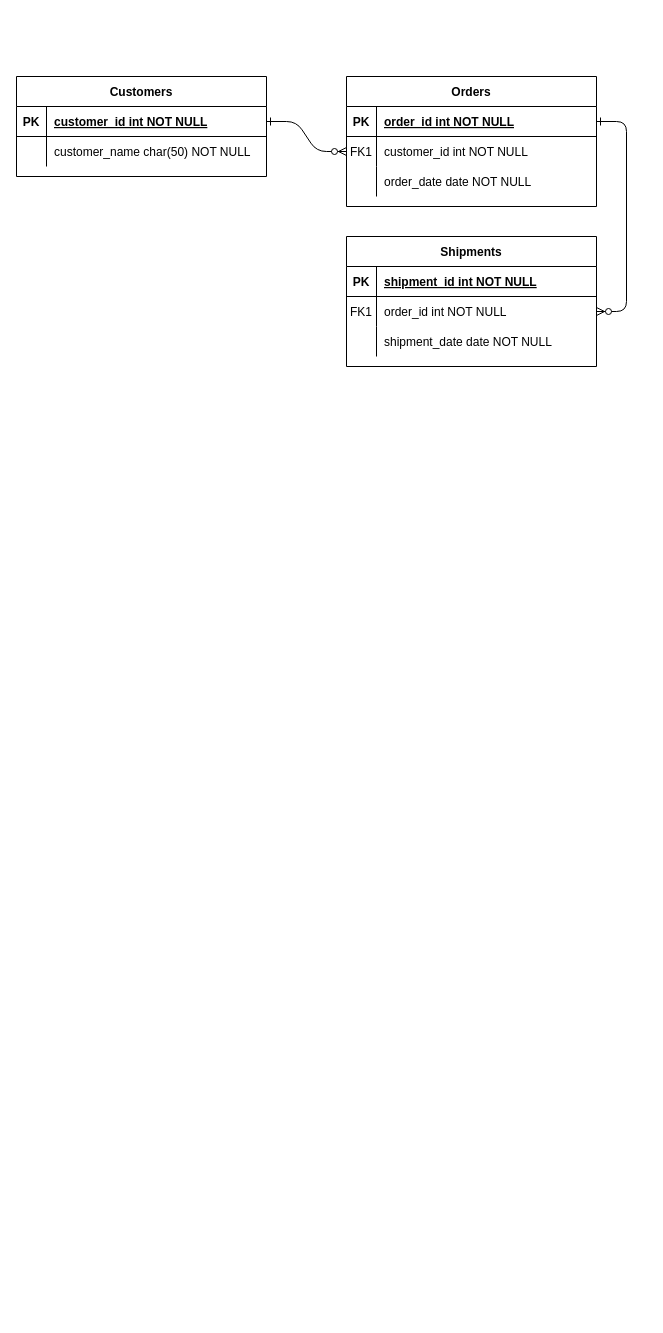
Before: Employee.drawio in RizwanaTairr/Customer-subscribtion-Data-Analysis, a draw.io diagram. Source tidied: cells renumbered, new cells numbered last; positions are measured from the earlier drawing's top-left corner, leaving out a move shared by most shapes. Both pictures are drawn from the tidied source at 100%, with x=0, y=0 at pixel (16, 76).
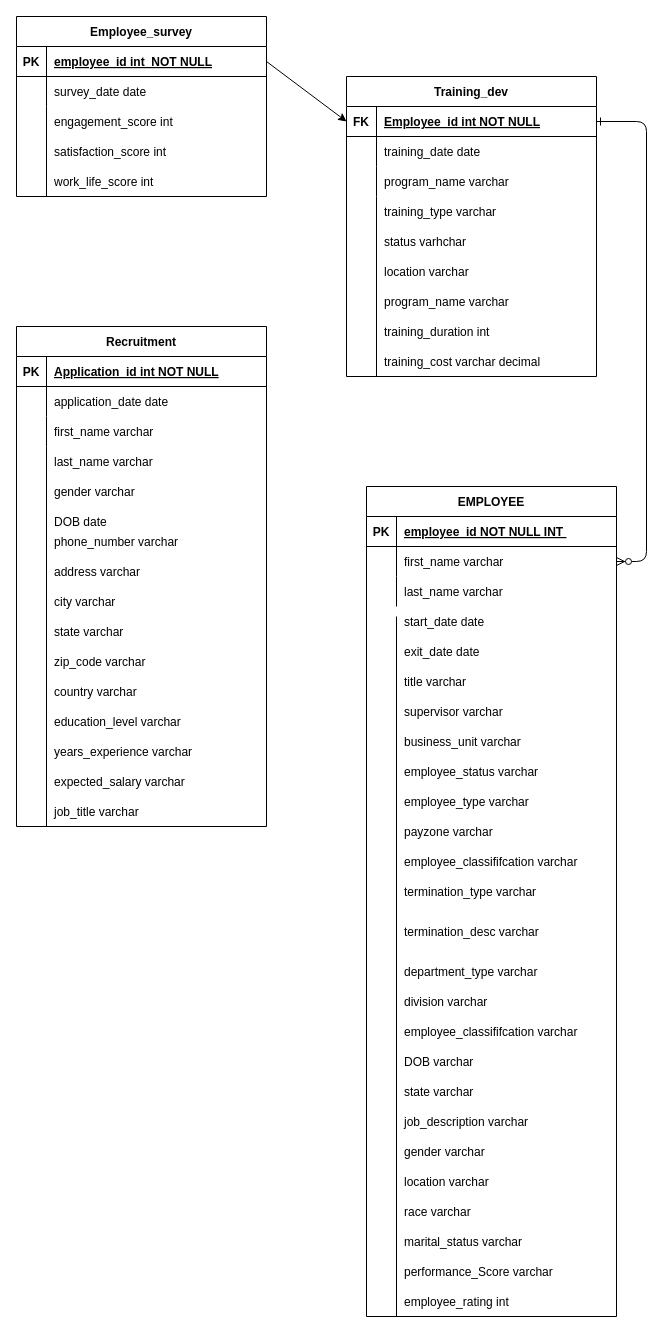
The same page after the edit.

Unchanged cells that the change refers to:
```xml
<mxCell id="5" style="shape=partialRectangle;fillColor=none;points=[[0,0.5],[1,0.5]];portConstraint=eastwest;top=0;left=0;right=0;bottom=1;" parent="4" vertex="1">
  <mxGeometry y="30" width="250" height="30" as="geometry" />
</mxCell>
<mxCell id="8" style="shape=partialRectangle;fillColor=none;points=[[0,0.5],[1,0.5]];portConstraint=eastwest;top=0;left=0;right=0;bottom=0;" parent="4" vertex="1">
  <mxGeometry y="60" width="250" height="30" as="geometry" />
</mxCell>
<mxCell id="11" style="shape=partialRectangle;fillColor=none;top=0;left=0;right=0;bottom=0;" parent="4" vertex="1">
  <mxGeometry y="90" width="250" height="30" as="geometry" />
</mxCell>
<mxCell id="15" style="shape=partialRectangle;fillColor=none;top=0;left=0;right=0;bottom=1;" parent="14" vertex="1">
  <mxGeometry y="30" width="250" height="30" as="geometry" />
</mxCell>
<mxCell id="18" style="shape=partialRectangle;fillColor=none;points=[[0,0.5],[1,0.5]];portConstraint=eastwest;top=0;left=0;right=0;bottom=0;" parent="14" vertex="1">
  <mxGeometry y="60" width="250" height="30" as="geometry" />
</mxCell>
<mxCell id="21" style="shape=partialRectangle;fillColor=none;top=0;left=0;right=0;bottom=0;" parent="14" vertex="1">
  <mxGeometry y="90" width="250" height="30" as="geometry" />
</mxCell>
<mxCell id="25" style="shape=partialRectangle;fillColor=none;points=[[0,0.5],[1,0.5]];portConstraint=eastwest;top=0;left=0;right=0;bottom=1;" parent="24" vertex="1">
  <mxGeometry y="30" width="250" height="30" as="geometry" />
</mxCell>
<mxCell id="28" style="shape=partialRectangle;fillColor=none;top=0;left=0;right=0;bottom=0;" parent="24" vertex="1">
  <mxGeometry y="60" width="250" height="30" as="geometry" />
</mxCell>
```

The edit, as a diff of the source:
```diff
@@
-    <mxCell id="2" style="edgeStyle=entityRelationEdgeStyle;endArrow=ERzeroToMany;startArrow=ERone;endFill=1;startFill=0;" parent="1" edge="1" source="25" target="8">
-      <mxGeometry relative="1" as="geometry" />
-    </mxCell>
@@
-    <mxCell id="4" value="Orders" style="shape=table;startSize=30;childLayout=tableLayout;rowLines=0;fontStyle=1;align=center;" parent="1" vertex="1">
-      <mxGeometry x="330" width="250" height="130" as="geometry" />
+    <mxCell id="4" value="Training_dev" style="shape=table;startSize=30;childLayout=tableLayout;rowLines=0;fontStyle=1;align=center;" parent="1" vertex="1">
+      <mxGeometry x="330" width="250" height="300" as="geometry" />
     </mxCell>
@@
-    <mxCell id="6" value="PK" style="shape=partialRectangle;overflow=hidden;fillColor=none;top=0;left=0;bottom=0;right=0;fontStyle=1;" parent="5" vertex="1">
+    <mxCell id="6" value="FK" style="shape=partialRectangle;overflow=hidden;fillColor=none;top=0;left=0;bottom=0;right=0;fontStyle=1;" parent="5" vertex="1">
       <mxGeometry width="30" height="30" as="geometry" />
     </mxCell>
-    <mxCell id="7" value="order_id int NOT NULL " style="shape=partialRectangle;overflow=hidden;fillColor=none;top=0;left=0;bottom=0;right=0;align=left;spacingLeft=6;fontStyle=5;" parent="5" vertex="1">
+    <mxCell id="7" value="Employee_id int NOT NULL" style="shape=partialRectangle;overflow=hidden;fillColor=none;top=0;left=0;bottom=0;right=0;align=left;spacingLeft=6;fontStyle=5;" parent="5" vertex="1">
       <mxGeometry x="30" width="220" height="30" as="geometry" />
     </mxCell>
@@
-    <mxCell id="9" value="FK1" style="shape=partialRectangle;overflow=hidden;fillColor=none;top=0;left=0;bottom=0;right=0;" parent="8" vertex="1">
+    <mxCell id="9" style="shape=partialRectangle;overflow=hidden;fillColor=none;top=0;left=0;bottom=0;right=0;" parent="8" vertex="1">
       <mxGeometry width="30" height="30" as="geometry" />
     </mxCell>
-    <mxCell id="10" value="customer_id int NOT NULL" style="shape=partialRectangle;overflow=hidden;fillColor=none;top=0;left=0;bottom=0;right=0;align=left;spacingLeft=6;" parent="8" vertex="1">
+    <mxCell id="10" value="training_date date " style="shape=partialRectangle;overflow=hidden;fillColor=none;top=0;left=0;bottom=0;right=0;align=left;spacingLeft=6;" parent="8" vertex="1">
       <mxGeometry x="30" width="220" height="30" as="geometry" />
     </mxCell>
@@
-    <mxCell id="13" value="order_date date NOT NULL" style="shape=partialRectangle;overflow=hidden;fillColor=none;top=0;left=0;bottom=0;right=0;align=left;spacingLeft=6;" parent="11" vertex="1">
+    <mxCell id="13" value="program_name varchar " style="shape=partialRectangle;overflow=hidden;fillColor=none;top=0;left=0;bottom=0;right=0;align=left;spacingLeft=6;" parent="11" vertex="1">
       <mxGeometry x="30" width="220" height="30" as="geometry" />
     </mxCell>
-    <mxCell id="14" value="Shipments" style="shape=table;startSize=30;childLayout=tableLayout;rowLines=0;fontStyle=1;align=center;" parent="1" vertex="1">
-      <mxGeometry x="330" y="160" width="250" height="130" as="geometry" />
+    <mxCell id="14" value="EMPLOYEE" style="shape=table;startSize=30;childLayout=tableLayout;rowLines=0;fontStyle=1;align=center;" parent="1" vertex="1">
+      <mxGeometry x="350" y="410" width="250" height="830" as="geometry" />
     </mxCell>
@@
-    <mxCell id="17" value="shipment_id int NOT NULL " style="shape=partialRectangle;overflow=hidden;fillColor=none;top=0;left=0;bottom=0;right=0;align=left;spacingLeft=6;fontStyle=5;" parent="15" vertex="1">
+    <mxCell id="17" value="employee_id NOT NULL INT " style="shape=partialRectangle;overflow=hidden;fillColor=none;top=0;left=0;bottom=0;right=0;align=left;spacingLeft=6;fontStyle=5;" parent="15" vertex="1">
       <mxGeometry x="30" width="220" height="30" as="geometry" />
     </mxCell>
@@
-    <mxCell id="19" value="FK1" style="shape=partialRectangle;overflow=hidden;fillColor=none;top=0;left=0;bottom=0;right=0;" parent="18" vertex="1">
+    <mxCell id="19" style="shape=partialRectangle;overflow=hidden;fillColor=none;top=0;left=0;bottom=0;right=0;" parent="18" vertex="1">
       <mxGeometry width="30" height="30" as="geometry" />
     </mxCell>
-    <mxCell id="20" value="order_id int NOT NULL" style="shape=partialRectangle;overflow=hidden;fillColor=none;top=0;left=0;bottom=0;right=0;align=left;spacingLeft=6;" parent="18" vertex="1">
+    <mxCell id="20" value="first_name varchar" style="shape=partialRectangle;overflow=hidden;fillColor=none;top=0;left=0;bottom=0;right=0;align=left;spacingLeft=6;" parent="18" vertex="1">
       <mxGeometry x="30" width="220" height="30" as="geometry" />
     </mxCell>
@@
-    <mxCell id="23" value="shipment_date date NOT NULL" style="shape=partialRectangle;overflow=hidden;fillColor=none;top=0;left=0;bottom=0;right=0;align=left;spacingLeft=6;" parent="21" vertex="1">
+    <mxCell id="23" value="last_name varchar " style="shape=partialRectangle;overflow=hidden;fillColor=none;top=0;left=0;bottom=0;right=0;align=left;spacingLeft=6;" parent="21" vertex="1">
       <mxGeometry x="30" width="220" height="30" as="geometry" />
     </mxCell>
-    <mxCell id="24" value="Customers" style="shape=table;startSize=30;childLayout=tableLayout;rowLines=0;fontStyle=1;align=center;" parent="1" vertex="1">
-      <mxGeometry width="250" height="100" as="geometry" />
+    <mxCell id="24" value="Employee_survey" style="shape=table;startSize=30;childLayout=tableLayout;rowLines=0;fontStyle=1;align=center;" parent="1" vertex="1">
+      <mxGeometry y="-60" width="250" height="180" as="geometry" />
     </mxCell>
@@
-    <mxCell id="27" value="customer_id int NOT NULL " style="shape=partialRectangle;overflow=hidden;fillColor=none;top=0;left=0;bottom=0;right=0;align=left;spacingLeft=6;fontStyle=5;" parent="25" vertex="1">
+    <mxCell id="27" value="employee_id int  NOT NULL" style="shape=partialRectangle;overflow=hidden;fillColor=none;top=0;left=0;bottom=0;right=0;align=left;spacingLeft=6;fontStyle=5;" parent="25" vertex="1">
       <mxGeometry x="30" width="220" height="30" as="geometry" />
     </mxCell>
@@
-    <mxCell id="30" value="customer_name char(50) NOT NULL" style="shape=partialRectangle;overflow=hidden;fillColor=none;top=0;left=0;bottom=0;right=0;align=left;spacingLeft=6;" parent="28" vertex="1">
+    <mxCell id="30" value="survey_date date " style="shape=partialRectangle;overflow=hidden;fillColor=none;top=0;left=0;bottom=0;right=0;align=left;spacingLeft=6;" parent="28" vertex="1">
       <mxGeometry x="30" width="220" height="30" as="geometry" />
     </mxCell>
+    <mxCell id="31" value="engagement_score int" style="shape=partialRectangle;overflow=hidden;fillColor=none;top=0;left=0;bottom=0;right=0;align=left;spacingLeft=6;" parent="1" vertex="1">
+      <mxGeometry x="30" y="30" width="220" height="30" as="geometry" />
+    </mxCell>
+    <mxCell id="32" value="satisfaction_score int " style="shape=partialRectangle;overflow=hidden;fillColor=none;top=0;left=0;bottom=0;right=0;align=left;spacingLeft=6;" parent="1" vertex="1">
+      <mxGeometry x="30" y="60" width="220" height="30" as="geometry" />
+    </mxCell>
+    <mxCell id="33" value="work_life_score int" style="shape=partialRectangle;overflow=hidden;fillColor=none;top=0;left=0;bottom=0;right=0;align=left;spacingLeft=6;" parent="1" vertex="1">
+      <mxGeometry x="30" y="90" width="220" height="30" as="geometry" />
+    </mxCell>
+    <mxCell id="34" style="endArrow=none;html=1;rounded=0;" parent="1" edge="1">
+      <mxGeometry relative="1" as="geometry">
+        <mxPoint x="30" y="120" as="sourcePoint" />
+        <mxPoint x="30" y="30" as="targetPoint" />
+      </mxGeometry>
+    </mxCell>
+    <mxCell id="35" value="training_type varchar " style="shape=partialRectangle;overflow=hidden;fillColor=none;top=0;left=0;bottom=0;right=0;align=left;spacingLeft=6;" parent="1" vertex="1">
+      <mxGeometry x="360" y="120" width="220" height="30" as="geometry" />
+    </mxCell>
+    <mxCell id="36" value="status varhchar " style="shape=partialRectangle;overflow=hidden;fillColor=none;top=0;left=0;bottom=0;right=0;align=left;spacingLeft=6;" parent="1" vertex="1">
+      <mxGeometry x="360" y="150" width="220" height="30" as="geometry" />
+    </mxCell>
+    <mxCell id="37" value="location varchar " style="shape=partialRectangle;overflow=hidden;fillColor=none;top=0;left=0;bottom=0;right=0;align=left;spacingLeft=6;" parent="1" vertex="1">
+      <mxGeometry x="360" y="180" width="220" height="30" as="geometry" />
+    </mxCell>
+    <mxCell id="38" value="program_name varchar " style="shape=partialRectangle;overflow=hidden;fillColor=none;top=0;left=0;bottom=0;right=0;align=left;spacingLeft=6;" parent="1" vertex="1">
+      <mxGeometry x="360" y="210" width="220" height="30" as="geometry" />
+    </mxCell>
+    <mxCell id="39" value="training_duration int " style="shape=partialRectangle;overflow=hidden;fillColor=none;top=0;left=0;bottom=0;right=0;align=left;spacingLeft=6;" parent="1" vertex="1">
+      <mxGeometry x="360" y="240" width="220" height="30" as="geometry" />
+    </mxCell>
+    <mxCell id="40" value="training_cost varchar decimal" style="shape=partialRectangle;overflow=hidden;fillColor=none;top=0;left=0;bottom=0;right=0;align=left;spacingLeft=6;" parent="1" vertex="1">
+      <mxGeometry x="360" y="270" width="220" height="30" as="geometry" />
+    </mxCell>
+    <mxCell id="41" style="endArrow=none;html=1;rounded=0;" parent="1" edge="1">
+      <mxGeometry relative="1" as="geometry">
+        <mxPoint x="360" y="300" as="sourcePoint" />
+        <mxPoint x="360" y="120" as="targetPoint" />
+      </mxGeometry>
+    </mxCell>
+    <mxCell id="42" style="endArrow=classic;html=1;rounded=0;exitX=1;exitY=0.5;exitDx=0;exitDy=0;entryX=0;entryY=0.5;entryDx=0;entryDy=0;" parent="1" edge="1" source="25" target="5">
+      <mxGeometry relative="1" as="geometry" />
+    </mxCell>
+    <mxCell id="43" value="Recruitment" style="shape=table;startSize=30;childLayout=tableLayout;rowLines=0;fontStyle=1;align=center;" parent="1" vertex="1">
+      <mxGeometry y="250" width="250" height="500" as="geometry" />
+    </mxCell>
+    <mxCell id="44" style="shape=partialRectangle;fillColor=none;top=0;left=0;right=0;bottom=1;" parent="43" vertex="1">
+      <mxGeometry y="30" width="250" height="30" as="geometry" />
+    </mxCell>
+    <mxCell id="45" value="PK" style="shape=partialRectangle;overflow=hidden;fillColor=none;top=0;left=0;bottom=0;right=0;fontStyle=1;" parent="44" vertex="1">
+      <mxGeometry width="30" height="30" as="geometry" />
+    </mxCell>
+    <mxCell id="46" value="Application_id int NOT NULL " style="shape=partialRectangle;overflow=hidden;fillColor=none;top=0;left=0;bottom=0;right=0;align=left;spacingLeft=6;fontStyle=5;" parent="44" vertex="1">
+      <mxGeometry x="30" width="220" height="30" as="geometry" />
+    </mxCell>
+    <mxCell id="47" style="shape=partialRectangle;fillColor=none;top=0;left=0;right=0;bottom=0;" parent="43" vertex="1">
+      <mxGeometry y="60" width="250" height="30" as="geometry" />
+    </mxCell>
+    <mxCell id="48" style="shape=partialRectangle;overflow=hidden;fillColor=none;top=0;left=0;bottom=0;right=0;" parent="47" vertex="1">
+      <mxGeometry width="30" height="30" as="geometry" />
+    </mxCell>
+    <mxCell id="49" value="application_date date" style="shape=partialRectangle;overflow=hidden;fillColor=none;top=0;left=0;bottom=0;right=0;align=left;spacingLeft=6;" parent="47" vertex="1">
+      <mxGeometry x="30" width="220" height="30" as="geometry" />
+    </mxCell>
+    <mxCell id="50" style="shape=partialRectangle;fillColor=none;top=0;left=0;right=0;bottom=0;" parent="43" vertex="1">
+      <mxGeometry y="90" width="250" height="30" as="geometry" />
+    </mxCell>
+    <mxCell id="51" style="shape=partialRectangle;overflow=hidden;fillColor=none;top=0;left=0;bottom=0;right=0;" parent="50" vertex="1">
+      <mxGeometry width="30" height="30" as="geometry" />
+    </mxCell>
+    <mxCell id="52" value="first_name varchar " style="shape=partialRectangle;overflow=hidden;fillColor=none;top=0;left=0;bottom=0;right=0;align=left;spacingLeft=6;" parent="50" vertex="1">
+      <mxGeometry x="30" width="220" height="30" as="geometry" />
+    </mxCell>
+    <mxCell id="53" value="last_name varchar " style="shape=partialRectangle;overflow=hidden;fillColor=none;top=0;left=0;bottom=0;right=0;align=left;spacingLeft=6;" parent="1" vertex="1">
+      <mxGeometry x="30" y="370" width="220" height="30" as="geometry" />
+    </mxCell>
+    <mxCell id="54" value="phone_number varchar " style="shape=partialRectangle;overflow=hidden;fillColor=none;top=0;left=0;bottom=0;right=0;align=left;spacingLeft=6;" parent="1" vertex="1">
+      <mxGeometry x="30" y="450" width="220" height="30" as="geometry" />
+    </mxCell>
+    <mxCell id="55" value="gender varchar " style="shape=partialRectangle;overflow=hidden;fillColor=none;top=0;left=0;bottom=0;right=0;align=left;spacingLeft=6;" parent="1" vertex="1">
+      <mxGeometry x="30" y="400" width="220" height="30" as="geometry" />
+    </mxCell>
+    <mxCell id="56" value="address varchar " style="shape=partialRectangle;overflow=hidden;fillColor=none;top=0;left=0;bottom=0;right=0;align=left;spacingLeft=6;" parent="1" vertex="1">
+      <mxGeometry x="30" y="480" width="220" height="30" as="geometry" />
+    </mxCell>
+    <mxCell id="57" value="DOB date " style="shape=partialRectangle;overflow=hidden;fillColor=none;top=0;left=0;bottom=0;right=0;align=left;spacingLeft=6;" parent="1" vertex="1">
+      <mxGeometry x="30" y="430" width="220" height="30" as="geometry" />
+    </mxCell>
+    <mxCell id="58" value="city varchar " style="shape=partialRectangle;overflow=hidden;fillColor=none;top=0;left=0;bottom=0;right=0;align=left;spacingLeft=6;" parent="1" vertex="1">
+      <mxGeometry x="30" y="510" width="220" height="30" as="geometry" />
+    </mxCell>
+    <mxCell id="59" value="state varchar " style="shape=partialRectangle;overflow=hidden;fillColor=none;top=0;left=0;bottom=0;right=0;align=left;spacingLeft=6;" parent="1" vertex="1">
+      <mxGeometry x="30" y="540" width="220" height="30" as="geometry" />
+    </mxCell>
+    <mxCell id="60" value="zip_code varchar " style="shape=partialRectangle;overflow=hidden;fillColor=none;top=0;left=0;bottom=0;right=0;align=left;spacingLeft=6;" parent="1" vertex="1">
+      <mxGeometry x="30" y="570" width="220" height="30" as="geometry" />
+    </mxCell>
+    <mxCell id="61" value="country varchar " style="shape=partialRectangle;overflow=hidden;fillColor=none;top=0;left=0;bottom=0;right=0;align=left;spacingLeft=6;" parent="1" vertex="1">
+      <mxGeometry x="30" y="600" width="220" height="30" as="geometry" />
+    </mxCell>
+    <mxCell id="62" value="education_level varchar " style="shape=partialRectangle;overflow=hidden;fillColor=none;top=0;left=0;bottom=0;right=0;align=left;spacingLeft=6;" parent="1" vertex="1">
+      <mxGeometry x="30" y="630" width="220" height="30" as="geometry" />
+    </mxCell>
+    <mxCell id="63" value="years_experience varchar" style="shape=partialRectangle;overflow=hidden;fillColor=none;top=0;left=0;bottom=0;right=0;align=left;spacingLeft=6;" parent="1" vertex="1">
+      <mxGeometry x="30" y="660" width="220" height="30" as="geometry" />
+    </mxCell>
+    <mxCell id="64" value="expected_salary varchar " style="shape=partialRectangle;overflow=hidden;fillColor=none;top=0;left=0;bottom=0;right=0;align=left;spacingLeft=6;" parent="1" vertex="1">
+      <mxGeometry x="30" y="690" width="220" height="30" as="geometry" />
+    </mxCell>
+    <mxCell id="65" value="job_title varchar" style="shape=partialRectangle;overflow=hidden;fillColor=none;top=0;left=0;bottom=0;right=0;align=left;spacingLeft=6;" parent="1" vertex="1">
+      <mxGeometry x="30" y="720" width="220" height="30" as="geometry" />
+    </mxCell>
+    <mxCell id="66" style="endArrow=none;html=1;rounded=0;" parent="1" edge="1">
+      <mxGeometry relative="1" as="geometry">
+        <mxPoint x="30" y="750" as="sourcePoint" />
+        <mxPoint x="30" y="370" as="targetPoint" />
+      </mxGeometry>
+    </mxCell>
+    <mxCell id="67" value="start_date date" style="shape=partialRectangle;overflow=hidden;fillColor=none;top=0;left=0;bottom=0;right=0;align=left;spacingLeft=6;" parent="1" vertex="1">
+      <mxGeometry x="380" y="530" width="220" height="30" as="geometry" />
+    </mxCell>
+    <mxCell id="68" value="exit_date date" style="shape=partialRectangle;overflow=hidden;fillColor=none;top=0;left=0;bottom=0;right=0;align=left;spacingLeft=6;" parent="1" vertex="1">
+      <mxGeometry x="380" y="560" width="220" height="30" as="geometry" />
+    </mxCell>
+    <mxCell id="69" value="title varchar" style="shape=partialRectangle;overflow=hidden;fillColor=none;top=0;left=0;bottom=0;right=0;align=left;spacingLeft=6;" parent="1" vertex="1">
+      <mxGeometry x="380" y="590" width="220" height="30" as="geometry" />
+    </mxCell>
+    <mxCell id="70" value="supervisor varchar " style="shape=partialRectangle;overflow=hidden;fillColor=none;top=0;left=0;bottom=0;right=0;align=left;spacingLeft=6;" parent="1" vertex="1">
+      <mxGeometry x="380" y="620" width="220" height="30" as="geometry" />
+    </mxCell>
+    <mxCell id="71" value="business_unit varchar " style="shape=partialRectangle;overflow=hidden;fillColor=none;top=0;left=0;bottom=0;right=0;align=left;spacingLeft=6;" parent="1" vertex="1">
+      <mxGeometry x="380" y="650" width="220" height="30" as="geometry" />
+    </mxCell>
+    <mxCell id="72" value="employee_status varchar " style="shape=partialRectangle;overflow=hidden;fillColor=none;top=0;left=0;bottom=0;right=0;align=left;spacingLeft=6;" parent="1" vertex="1">
+      <mxGeometry x="380" y="680" width="220" height="30" as="geometry" />
+    </mxCell>
+    <mxCell id="73" value="employee_type varchar " style="shape=partialRectangle;overflow=hidden;fillColor=none;top=0;left=0;bottom=0;right=0;align=left;spacingLeft=6;" parent="1" vertex="1">
+      <mxGeometry x="380" y="710" width="220" height="30" as="geometry" />
+    </mxCell>
+    <mxCell id="74" value="payzone varchar" style="shape=partialRectangle;overflow=hidden;fillColor=none;top=0;left=0;bottom=0;right=0;align=left;spacingLeft=6;" parent="1" vertex="1">
+      <mxGeometry x="380" y="740" width="220" height="30" as="geometry" />
+    </mxCell>
+    <mxCell id="75" value="employee_classififcation varchar" style="shape=partialRectangle;overflow=hidden;fillColor=none;top=0;left=0;bottom=0;right=0;align=left;spacingLeft=6;" parent="1" vertex="1">
+      <mxGeometry x="380" y="770" width="220" height="30" as="geometry" />
+    </mxCell>
+    <mxCell id="76" value="termination_type varchar" style="shape=partialRectangle;overflow=hidden;fillColor=none;top=0;left=0;bottom=0;right=0;align=left;spacingLeft=6;" parent="1" vertex="1">
+      <mxGeometry x="380" y="800" width="220" height="30" as="geometry" />
+    </mxCell>
+    <mxCell id="77" value="termination_desc varchar" style="shape=partialRectangle;overflow=hidden;fillColor=none;top=0;left=0;bottom=0;right=0;align=left;spacingLeft=6;" parent="1" vertex="1">
+      <mxGeometry x="380" y="840" width="220" height="30" as="geometry" />
+    </mxCell>
+    <mxCell id="78" value="department_type varchar " style="shape=partialRectangle;overflow=hidden;fillColor=none;top=0;left=0;bottom=0;right=0;align=left;spacingLeft=6;" parent="1" vertex="1">
+      <mxGeometry x="380" y="880" width="220" height="30" as="geometry" />
+    </mxCell>
+    <mxCell id="79" value="state varchar " style="shape=partialRectangle;overflow=hidden;fillColor=none;top=0;left=0;bottom=0;right=0;align=left;spacingLeft=6;" parent="1" vertex="1">
+      <mxGeometry x="380" y="1000" width="220" height="30" as="geometry" />
+    </mxCell>
+    <mxCell id="80" value="DOB varchar " style="shape=partialRectangle;overflow=hidden;fillColor=none;top=0;left=0;bottom=0;right=0;align=left;spacingLeft=6;" parent="1" vertex="1">
+      <mxGeometry x="380" y="970" width="220" height="30" as="geometry" />
+    </mxCell>
+    <mxCell id="81" value="employee_classififcation varchar" style="shape=partialRectangle;overflow=hidden;fillColor=none;top=0;left=0;bottom=0;right=0;align=left;spacingLeft=6;" parent="1" vertex="1">
+      <mxGeometry x="380" y="940" width="220" height="30" as="geometry" />
+    </mxCell>
+    <mxCell id="82" value="division varchar " style="shape=partialRectangle;overflow=hidden;fillColor=none;top=0;left=0;bottom=0;right=0;align=left;spacingLeft=6;" parent="1" vertex="1">
+      <mxGeometry x="380" y="910" width="220" height="30" as="geometry" />
+    </mxCell>
+    <mxCell id="83" value="job_description varchar " style="shape=partialRectangle;overflow=hidden;fillColor=none;top=0;left=0;bottom=0;right=0;align=left;spacingLeft=6;" parent="1" vertex="1">
+      <mxGeometry x="380" y="1030" width="220" height="30" as="geometry" />
+    </mxCell>
+    <mxCell id="84" value="performance_Score varchar " style="shape=partialRectangle;overflow=hidden;fillColor=none;top=0;left=0;bottom=0;right=0;align=left;spacingLeft=6;" parent="1" vertex="1">
+      <mxGeometry x="380" y="1180" width="220" height="30" as="geometry" />
+    </mxCell>
+    <mxCell id="85" value="marital_status varchar" style="shape=partialRectangle;overflow=hidden;fillColor=none;top=0;left=0;bottom=0;right=0;align=left;spacingLeft=6;" parent="1" vertex="1">
+      <mxGeometry x="380" y="1150" width="220" height="30" as="geometry" />
+    </mxCell>
+    <mxCell id="86" value="gender varchar " style="shape=partialRectangle;overflow=hidden;fillColor=none;top=0;left=0;bottom=0;right=0;align=left;spacingLeft=6;" parent="1" vertex="1">
+      <mxGeometry x="380" y="1060" width="220" height="30" as="geometry" />
+    </mxCell>
+    <mxCell id="87" value="location varchar " style="shape=partialRectangle;overflow=hidden;fillColor=none;top=0;left=0;bottom=0;right=0;align=left;spacingLeft=6;" parent="1" vertex="1">
+      <mxGeometry x="380" y="1090" width="220" height="30" as="geometry" />
+    </mxCell>
+    <mxCell id="88" value="race varchar " style="shape=partialRectangle;overflow=hidden;fillColor=none;top=0;left=0;bottom=0;right=0;align=left;spacingLeft=6;" parent="1" vertex="1">
+      <mxGeometry x="380" y="1120" width="220" height="30" as="geometry" />
+    </mxCell>
+    <mxCell id="89" value="employee_rating int" style="shape=partialRectangle;overflow=hidden;fillColor=none;top=0;left=0;bottom=0;right=0;align=left;spacingLeft=6;" parent="1" vertex="1">
+      <mxGeometry x="380" y="1210" width="220" height="30" as="geometry" />
+    </mxCell>
+    <mxCell id="90" style="endArrow=none;html=1;rounded=0;" parent="1" edge="1">
+      <mxGeometry relative="1" as="geometry">
+        <mxPoint x="380" y="1240" as="sourcePoint" />
+        <mxPoint x="380" y="540" as="targetPoint" />
+      </mxGeometry>
+    </mxCell>
```
